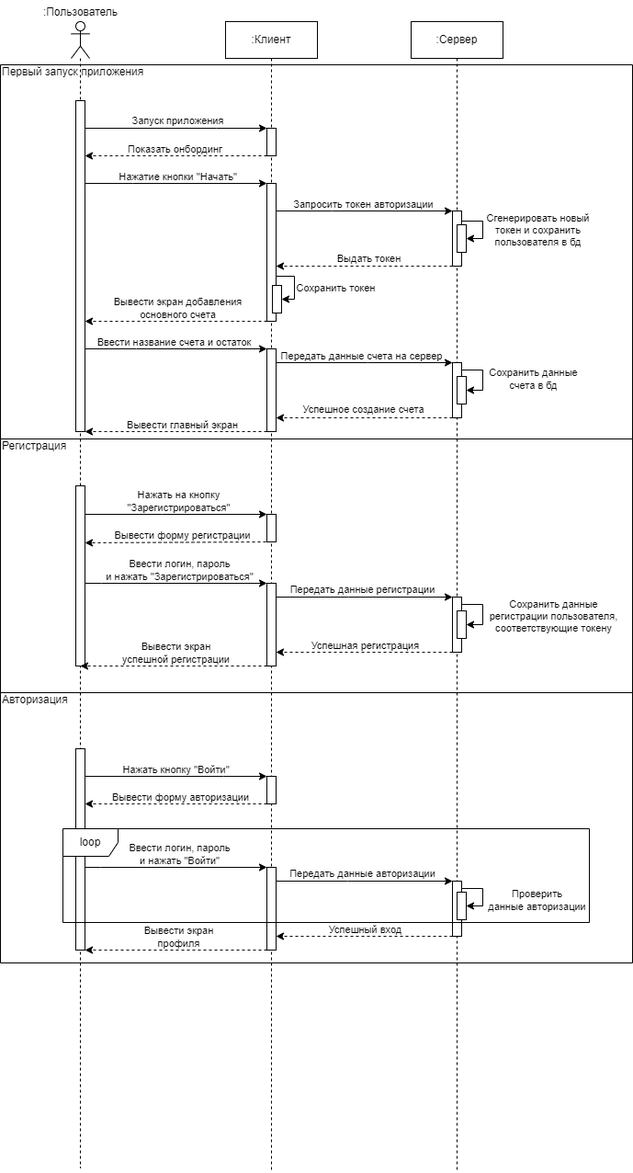
anastasia-1603/MyCash keeps this draw.io diagram as Диаграммы/диаграмма последовательности.png. Above is the earlier version. Source tidied: cells renumbered, new cells last; positions are measured from the earlier drawing's top-left corner, leaving out a move shared by most shapes.
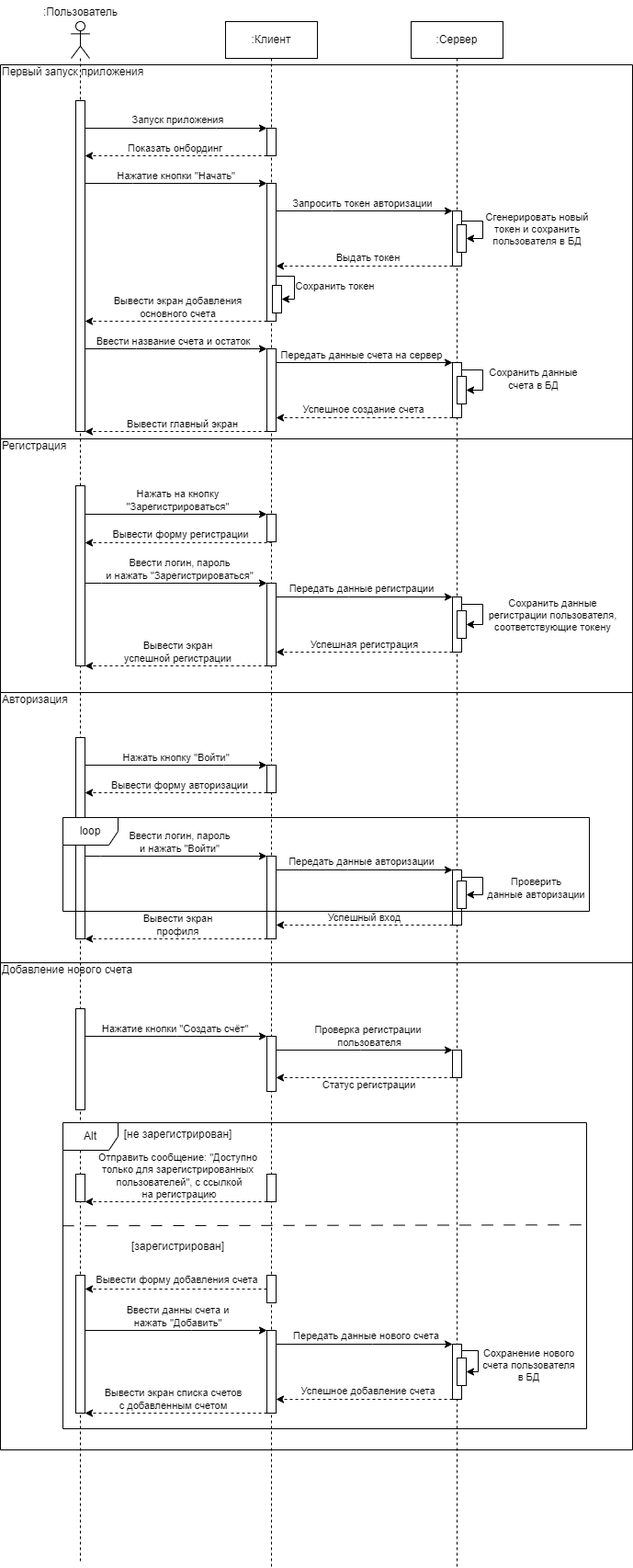
Later version of the same file.

Commit message:
обновлена диаграмма последовательности

What changed in the source:
```diff
@@ -5,3 +5,3 @@
     <mxCell id="2" style="shape=umlLifeline;perimeter=lifelinePerimeter;whiteSpace=wrap;html=1;newEdgeStyle={&quot;edgeStyle&quot;:&quot;elbowEdgeStyle&quot;,&quot;elbow&quot;:&quot;vertical&quot;,&quot;curved&quot;:0,&quot;rounded&quot;:0};participant=umlActor;" parent="1" vertex="1">
-      <mxGeometry x="77" y="23" width="20" height="1247" as="geometry" />
+      <mxGeometry x="77" y="23" width="20" height="1678" as="geometry" />
     </mxCell>
@@ -14,4 +14,10 @@
     <mxCell id="5" style="html=1;points=[];perimeter=orthogonalPerimeter;outlineConnect=0;targetShapes=umlLifeline;portConstraint=eastwest;newEdgeStyle={&quot;edgeStyle&quot;:&quot;elbowEdgeStyle&quot;,&quot;elbow&quot;:&quot;vertical&quot;,&quot;curved&quot;:0,&quot;rounded&quot;:0};" parent="2" vertex="1">
-      <mxGeometry x="5" y="791" width="10" height="219" as="geometry" />
+      <mxGeometry x="5" y="779" width="10" height="219" as="geometry" />
     </mxCell>
+    <mxCell id="81" style="html=1;points=[];perimeter=orthogonalPerimeter;outlineConnect=0;targetShapes=umlLifeline;portConstraint=eastwest;newEdgeStyle={&quot;edgeStyle&quot;:&quot;elbowEdgeStyle&quot;,&quot;elbow&quot;:&quot;vertical&quot;,&quot;curved&quot;:0,&quot;rounded&quot;:0};" parent="2" vertex="1">
+      <mxGeometry x="5" y="1074" width="10" height="110" as="geometry" />
+    </mxCell>
+    <mxCell id="82" style="html=1;points=[];perimeter=orthogonalPerimeter;outlineConnect=0;targetShapes=umlLifeline;portConstraint=eastwest;newEdgeStyle={&quot;edgeStyle&quot;:&quot;elbowEdgeStyle&quot;,&quot;elbow&quot;:&quot;vertical&quot;,&quot;curved&quot;:0,&quot;rounded&quot;:0};" parent="2" vertex="1">
+      <mxGeometry x="5" y="1254" width="10" height="30" as="geometry" />
+    </mxCell>
     <mxCell id="6" value=":Пользователь" style="text;html=1;align=center;verticalAlign=middle;strokeColor=none;fillColor=none;" parent="1" vertex="1">
@@ -20,3 +26,3 @@
     <mxCell id="7" value=":Клиент" style="shape=umlLifeline;perimeter=lifelinePerimeter;whiteSpace=wrap;html=1;newEdgeStyle={&quot;edgeStyle&quot;:&quot;elbowEdgeStyle&quot;,&quot;elbow&quot;:&quot;vertical&quot;,&quot;curved&quot;:0,&quot;rounded&quot;:0};" parent="1" vertex="1">
-      <mxGeometry x="245" y="23" width="100" height="1251" as="geometry" />
+      <mxGeometry x="245" y="23" width="100" height="1682" as="geometry" />
     </mxCell>
@@ -62,9 +68,21 @@
     <mxCell id="16" style="html=1;points=[];perimeter=orthogonalPerimeter;outlineConnect=0;targetShapes=umlLifeline;portConstraint=eastwest;newEdgeStyle={&quot;edgeStyle&quot;:&quot;elbowEdgeStyle&quot;,&quot;elbow&quot;:&quot;vertical&quot;,&quot;curved&quot;:0,&quot;rounded&quot;:0};" parent="7" vertex="1">
-      <mxGeometry x="45" y="821" width="10" height="30" as="geometry" />
+      <mxGeometry x="45" y="809" width="10" height="30" as="geometry" />
     </mxCell>
     <mxCell id="17" style="html=1;points=[];perimeter=orthogonalPerimeter;outlineConnect=0;targetShapes=umlLifeline;portConstraint=eastwest;newEdgeStyle={&quot;edgeStyle&quot;:&quot;elbowEdgeStyle&quot;,&quot;elbow&quot;:&quot;vertical&quot;,&quot;curved&quot;:0,&quot;rounded&quot;:0};" parent="7" vertex="1">
-      <mxGeometry x="45" y="920" width="10" height="90" as="geometry" />
+      <mxGeometry x="45" y="908" width="10" height="90" as="geometry" />
     </mxCell>
+    <mxCell id="83" style="html=1;points=[];perimeter=orthogonalPerimeter;outlineConnect=0;targetShapes=umlLifeline;portConstraint=eastwest;newEdgeStyle={&quot;edgeStyle&quot;:&quot;elbowEdgeStyle&quot;,&quot;elbow&quot;:&quot;vertical&quot;,&quot;curved&quot;:0,&quot;rounded&quot;:0};" parent="7" vertex="1">
+      <mxGeometry x="45" y="1104" width="10" height="60" as="geometry" />
+    </mxCell>
+    <mxCell id="84" style="html=1;points=[];perimeter=orthogonalPerimeter;outlineConnect=0;targetShapes=umlLifeline;portConstraint=eastwest;newEdgeStyle={&quot;edgeStyle&quot;:&quot;elbowEdgeStyle&quot;,&quot;elbow&quot;:&quot;vertical&quot;,&quot;curved&quot;:0,&quot;rounded&quot;:0};" parent="7" vertex="1">
+      <mxGeometry x="45" y="1254" width="10" height="30" as="geometry" />
+    </mxCell>
+    <mxCell id="85" style="html=1;points=[];perimeter=orthogonalPerimeter;outlineConnect=0;targetShapes=umlLifeline;portConstraint=eastwest;newEdgeStyle={&quot;edgeStyle&quot;:&quot;elbowEdgeStyle&quot;,&quot;elbow&quot;:&quot;vertical&quot;,&quot;curved&quot;:0,&quot;rounded&quot;:0};" parent="7" vertex="1">
+      <mxGeometry x="45" y="1364" width="10" height="30" as="geometry" />
+    </mxCell>
+    <mxCell id="86" style="html=1;points=[];perimeter=orthogonalPerimeter;outlineConnect=0;targetShapes=umlLifeline;portConstraint=eastwest;newEdgeStyle={&quot;edgeStyle&quot;:&quot;elbowEdgeStyle&quot;,&quot;elbow&quot;:&quot;vertical&quot;,&quot;curved&quot;:0,&quot;rounded&quot;:0};" parent="7" vertex="1">
+      <mxGeometry x="45" y="1424" width="10" height="90" as="geometry" />
+    </mxCell>
     <mxCell id="18" value=":Сервер" style="shape=umlLifeline;perimeter=lifelinePerimeter;whiteSpace=wrap;html=1;newEdgeStyle={&quot;edgeStyle&quot;:&quot;elbowEdgeStyle&quot;,&quot;elbow&quot;:&quot;vertical&quot;,&quot;curved&quot;:0,&quot;rounded&quot;:0};" parent="1" vertex="1">
-      <mxGeometry x="447" y="23" width="100" height="1252" as="geometry" />
+      <mxGeometry x="447" y="23" width="100" height="1681" as="geometry" />
     </mxCell>
@@ -83,3 +101,3 @@
     </mxCell>
-    <mxCell id="21" value="Сгенерировать новый &lt;br&gt;токен и сохранить &lt;br&gt;пользователя в бд" style="edgeLabel;html=1;align=center;verticalAlign=middle;" parent="20" vertex="1">
+    <mxCell id="21" value="Сгенерировать новый &lt;br&gt;токен и сохранить &lt;br&gt;пользователя в БД" style="edgeLabel;html=1;align=center;verticalAlign=middle;" parent="20" vertex="1">
       <mxGeometry x="-0.07" y="-1" relative="1" as="geometry">
@@ -94,3 +112,3 @@
     </mxCell>
-    <mxCell id="24" value="Сохранить данные &lt;br&gt;счета в бд" style="edgeStyle=elbowEdgeStyle;rounded=0;jettySize=auto;html=1;elbow=vertical;curved=0;" parent="18" edge="1" source="23" target="25">
+    <mxCell id="24" value="Сохранить данные &lt;br&gt;счета в БД" style="edgeStyle=elbowEdgeStyle;rounded=0;jettySize=auto;html=1;elbow=vertical;curved=0;" parent="18" edge="1" source="23" target="25">
       <mxGeometry x="0.05" y="55" relative="1" as="geometry">
@@ -129,6 +147,6 @@
     <mxCell id="30" style="html=1;points=[];perimeter=orthogonalPerimeter;outlineConnect=0;targetShapes=umlLifeline;portConstraint=eastwest;newEdgeStyle={&quot;edgeStyle&quot;:&quot;elbowEdgeStyle&quot;,&quot;elbow&quot;:&quot;vertical&quot;,&quot;curved&quot;:0,&quot;rounded&quot;:0};" parent="18" vertex="1">
-      <mxGeometry x="45" y="935" width="10" height="60" as="geometry" />
+      <mxGeometry x="45" y="923" width="10" height="60" as="geometry" />
     </mxCell>
     <mxCell id="31" style="html=1;points=[];perimeter=orthogonalPerimeter;outlineConnect=0;targetShapes=umlLifeline;portConstraint=eastwest;newEdgeStyle={&quot;edgeStyle&quot;:&quot;elbowEdgeStyle&quot;,&quot;elbow&quot;:&quot;vertical&quot;,&quot;curved&quot;:0,&quot;rounded&quot;:0};" parent="18" vertex="1">
-      <mxGeometry x="50" y="947" width="10" height="30" as="geometry" />
+      <mxGeometry x="50" y="935" width="10" height="30" as="geometry" />
     </mxCell>
@@ -137,5 +155,5 @@
         <Array as="points">
-          <mxPoint x="78" y="943" />
-          <mxPoint x="73" y="943" />
-          <mxPoint x="75" y="943" />
+          <mxPoint x="78" y="931" />
+          <mxPoint x="73" y="931" />
+          <mxPoint x="75" y="931" />
         </Array>
@@ -148,2 +166,5 @@
     </mxCell>
+    <mxCell id="87" style="html=1;points=[];perimeter=orthogonalPerimeter;outlineConnect=0;targetShapes=umlLifeline;portConstraint=eastwest;newEdgeStyle={&quot;edgeStyle&quot;:&quot;elbowEdgeStyle&quot;,&quot;elbow&quot;:&quot;vertical&quot;,&quot;curved&quot;:0,&quot;rounded&quot;:0};" parent="18" vertex="1">
+      <mxGeometry x="45" y="1119" width="10" height="30" as="geometry" />
+    </mxCell>
     <mxCell id="34" style="edgeStyle=elbowEdgeStyle;rounded=0;jettySize=auto;html=1;elbow=vertical;curved=0;" parent="1" edge="1" source="3" target="8">
@@ -353,4 +374,4 @@
         <Array as="points">
-          <mxPoint x="243" y="844" />
-          <mxPoint x="208" y="845" />
+          <mxPoint x="243" y="832" />
+          <mxPoint x="208" y="833" />
         </Array>
@@ -366,3 +387,3 @@
         <Array as="points">
-          <mxPoint x="212" y="874" />
+          <mxPoint x="212" y="862" />
         </Array>
@@ -378,3 +399,3 @@
         <Array as="points">
-          <mxPoint x="422" y="1018" />
+          <mxPoint x="422" y="1006" />
         </Array>
@@ -390,5 +411,5 @@
         <Array as="points">
-          <mxPoint x="378" y="958" />
-          <mxPoint x="356" y="957" />
-          <mxPoint x="409" y="958" />
+          <mxPoint x="378" y="946" />
+          <mxPoint x="356" y="945" />
+          <mxPoint x="409" y="946" />
         </Array>
@@ -403,6 +424,6 @@
       <mxGeometry relative="1" as="geometry">
-        <mxPoint x="92" y="943" as="sourcePoint" />
+        <mxPoint x="92" y="931" as="sourcePoint" />
         <Array as="points">
-          <mxPoint x="109" y="943" />
-          <mxPoint x="193" y="928" />
+          <mxPoint x="109" y="931" />
+          <mxPoint x="193" y="916" />
         </Array>
@@ -417,5 +438,5 @@
       <mxGeometry relative="1" as="geometry">
-        <mxPoint x="92" y="1033" as="targetPoint" />
+        <mxPoint x="92" y="1021" as="targetPoint" />
         <Array as="points">
-          <mxPoint x="170" y="1033" />
+          <mxPoint x="170" y="1021" />
         </Array>
@@ -429,3 +450,3 @@
     <mxCell id="79" value="loop" style="shape=umlFrame;whiteSpace=wrap;html=1;fillColor=default;" parent="1" vertex="1">
-      <mxGeometry x="68" y="901" width="573" height="102" as="geometry" />
+      <mxGeometry x="68" y="889" width="573" height="102" as="geometry" />
     </mxCell>
@@ -434,2 +455,149 @@
     </mxCell>
+    <mxCell id="88" style="edgeStyle=elbowEdgeStyle;rounded=0;jettySize=auto;html=1;elbow=vertical;curved=0;" parent="1" edge="1" source="81" target="83">
+      <mxGeometry relative="1" as="geometry">
+        <Array as="points">
+          <mxPoint x="192" y="1127" />
+        </Array>
+      </mxGeometry>
+    </mxCell>
+    <mxCell id="89" value="Нажатие кнопки &quot;Создать счёт&quot;" style="edgeLabel;html=1;align=center;verticalAlign=middle;" parent="88" vertex="1">
+      <mxGeometry x="-0.18" y="1" relative="1" as="geometry">
+        <mxPoint x="16" y="-7" as="offset" />
+      </mxGeometry>
+    </mxCell>
+    <mxCell id="90" style="edgeStyle=elbowEdgeStyle;rounded=0;jettySize=auto;html=1;elbow=vertical;curved=0;" parent="1" edge="1" source="83" target="87">
+      <mxGeometry relative="1" as="geometry">
+        <Array as="points">
+          <mxPoint x="392" y="1142" />
+        </Array>
+      </mxGeometry>
+    </mxCell>
+    <mxCell id="91" value="Проверка регистрации&lt;br&gt;&amp;nbsp;пользователя" style="edgeLabel;html=1;align=center;verticalAlign=middle;" parent="90" vertex="1">
+      <mxGeometry x="-0.3" y="1" relative="1" as="geometry">
+        <mxPoint x="32" y="-14" as="offset" />
+      </mxGeometry>
+    </mxCell>
+    <mxCell id="92" style="edgeStyle=elbowEdgeStyle;rounded=0;jettySize=auto;html=1;elbow=vertical;curved=0;dashed=1;" parent="1" edge="1" source="87" target="83">
+      <mxGeometry relative="1" as="geometry">
+        <Array as="points">
+          <mxPoint x="404" y="1172" />
+        </Array>
+      </mxGeometry>
+    </mxCell>
+    <mxCell id="93" value="Статус регистрации" style="edgeLabel;html=1;align=center;verticalAlign=middle;" parent="92" vertex="1">
+      <mxGeometry x="0.03" y="1" relative="1" as="geometry">
+        <mxPoint x="8" y="7" as="offset" />
+      </mxGeometry>
+    </mxCell>
+    <mxCell id="94" value="Alt" style="shape=umlFrame;whiteSpace=wrap;html=1;swimlaneFillColor=none;fillColor=default;" parent="1" vertex="1">
+      <mxGeometry x="68" y="1221" width="570" height="333" as="geometry" />
+    </mxCell>
+    <mxCell id="95" style="edgeStyle=elbowEdgeStyle;rounded=0;jettySize=auto;html=1;elbow=vertical;curved=0;dashed=1;" parent="1" edge="1" source="84" target="82">
+      <mxGeometry relative="1" as="geometry">
+        <Array as="points">
+          <mxPoint x="288" y="1307" />
+          <mxPoint x="200" y="1306" />
+          <mxPoint x="211" y="1292" />
+          <mxPoint x="181" y="1295" />
+          <mxPoint x="-67" y="1288" />
+          <mxPoint x="-56" y="1294" />
+          <mxPoint x="-63" y="1270" />
+        </Array>
+      </mxGeometry>
+    </mxCell>
+    <mxCell id="96" value="Отправить сообщение: &quot;Доступно &lt;br&gt;только для зарегистрированных&lt;br&gt;&amp;nbsp;пользователей&quot;, с ссылкой&lt;br&gt;&amp;nbsp;на регистрацию" style="edgeLabel;html=1;align=center;verticalAlign=middle;" parent="95" vertex="1">
+      <mxGeometry x="0.06" relative="1" as="geometry">
+        <mxPoint x="8" y="-28" as="offset" />
+      </mxGeometry>
+    </mxCell>
+    <mxCell id="97" value="[не зарегистрирован]" style="text;html=1;align=center;verticalAlign=middle;strokeColor=none;fillColor=none;" parent="1" vertex="1">
+      <mxGeometry x="125" y="1221" width="136" height="26" as="geometry" />
+    </mxCell>
+    <mxCell id="98" style="edgeStyle=elbowEdgeStyle;rounded=0;jettySize=auto;html=1;elbow=vertical;curved=0;" parent="1" edge="1" source="100" target="86">
+      <mxGeometry relative="1" as="geometry">
+        <Array as="points">
+          <mxPoint x="208" y="1447" />
+        </Array>
+      </mxGeometry>
+    </mxCell>
+    <mxCell id="99" value="Ввести данны счета и &lt;br&gt;нажать &quot;Добавить&quot;" style="edgeLabel;html=1;align=center;verticalAlign=middle;" parent="98" vertex="1">
+      <mxGeometry x="0.14" relative="1" as="geometry">
+        <mxPoint x="-12" y="-15" as="offset" />
+      </mxGeometry>
+    </mxCell>
+    <mxCell id="100" style="html=1;points=[];perimeter=orthogonalPerimeter;outlineConnect=0;targetShapes=umlLifeline;portConstraint=eastwest;newEdgeStyle={&quot;edgeStyle&quot;:&quot;elbowEdgeStyle&quot;,&quot;elbow&quot;:&quot;vertical&quot;,&quot;curved&quot;:0,&quot;rounded&quot;:0};" parent="1" vertex="1">
+      <mxGeometry x="82" y="1387" width="10" height="150" as="geometry" />
+    </mxCell>
+    <mxCell id="101" value="[зарегистрирован]" style="text;html=1;align=center;verticalAlign=middle;strokeColor=none;fillColor=none;" parent="1" vertex="1">
+      <mxGeometry x="133.5" y="1343" width="119" height="26" as="geometry" />
+    </mxCell>
+    <mxCell id="102" value="Вывести форму добавления счета" style="edgeStyle=elbowEdgeStyle;rounded=0;jettySize=auto;html=1;elbow=vertical;curved=0;dashed=1;" parent="1" edge="1" source="85" target="100">
+      <mxGeometry x="-0.01" y="-10" relative="1" as="geometry" />
+    </mxCell>
+    <mxCell id="103" style="edgeStyle=elbowEdgeStyle;rounded=0;jettySize=auto;html=1;elbow=vertical;curved=0;dashed=1;" parent="1" edge="1" source="105" target="86">
+      <mxGeometry relative="1" as="geometry">
+        <Array as="points">
+          <mxPoint x="403" y="1522" />
+          <mxPoint x="413" y="1531" />
+          <mxPoint x="483" y="1516" />
+          <mxPoint x="398" y="1517" />
+        </Array>
+      </mxGeometry>
+    </mxCell>
+    <mxCell id="104" value="Успешное добавление счета" style="edgeLabel;html=1;align=center;verticalAlign=middle;" parent="103" vertex="1">
+      <mxGeometry y="-1" relative="1" as="geometry">
+        <mxPoint x="4" y="-8" as="offset" />
+      </mxGeometry>
+    </mxCell>
+    <mxCell id="105" style="html=1;points=[];perimeter=orthogonalPerimeter;outlineConnect=0;targetShapes=umlLifeline;portConstraint=eastwest;newEdgeStyle={&quot;edgeStyle&quot;:&quot;elbowEdgeStyle&quot;,&quot;elbow&quot;:&quot;vertical&quot;,&quot;curved&quot;:0,&quot;rounded&quot;:0};" parent="1" vertex="1">
+      <mxGeometry x="492" y="1462" width="10" height="60" as="geometry" />
+    </mxCell>
+    <mxCell id="106" style="edgeStyle=elbowEdgeStyle;rounded=0;jettySize=auto;html=1;elbow=vertical;curved=0;" parent="1" edge="1" source="86" target="105">
+      <mxGeometry relative="1" as="geometry">
+        <Array as="points">
+          <mxPoint x="405" y="1462" />
+          <mxPoint x="413" y="1472" />
+        </Array>
+      </mxGeometry>
+    </mxCell>
+    <mxCell id="107" value="Передать данные нового счета" style="edgeLabel;html=1;align=center;verticalAlign=middle;" parent="106" vertex="1">
+      <mxGeometry x="-0.11" y="1" relative="1" as="geometry">
+        <mxPoint x="12" y="-8" as="offset" />
+      </mxGeometry>
+    </mxCell>
+    <mxCell id="108" style="html=1;points=[];perimeter=orthogonalPerimeter;outlineConnect=0;targetShapes=umlLifeline;portConstraint=eastwest;newEdgeStyle={&quot;edgeStyle&quot;:&quot;elbowEdgeStyle&quot;,&quot;elbow&quot;:&quot;vertical&quot;,&quot;curved&quot;:0,&quot;rounded&quot;:0};" parent="1" vertex="1">
+      <mxGeometry x="497" y="1477" width="10" height="30" as="geometry" />
+    </mxCell>
+    <mxCell id="109" style="edgeStyle=elbowEdgeStyle;rounded=0;jettySize=auto;html=1;elbow=vertical;curved=0;dashed=1;" parent="1" edge="1" source="86" target="100">
+      <mxGeometry relative="1" as="geometry">
+        <Array as="points">
+          <mxPoint x="197" y="1537" />
+        </Array>
+      </mxGeometry>
+    </mxCell>
+    <mxCell id="110" value="Вывести экран списка счетов &lt;br&gt;с добавленным счетом" style="edgeLabel;html=1;align=center;verticalAlign=middle;" parent="109" vertex="1">
+      <mxGeometry x="0.1" y="1" relative="1" as="geometry">
+        <mxPoint x="7" y="-16" as="offset" />
+      </mxGeometry>
+    </mxCell>
+    <mxCell id="111" style="edgeStyle=elbowEdgeStyle;rounded=0;jettySize=auto;html=1;elbow=vertical;curved=0;" parent="1" edge="1" source="105" target="108">
+      <mxGeometry relative="1" as="geometry">
+        <Array as="points">
+          <mxPoint x="520" y="1469" />
+          <mxPoint x="520" y="1469" />
+          <mxPoint x="512" y="1469" />
+        </Array>
+      </mxGeometry>
+    </mxCell>
+    <mxCell id="112" value="Сохранение нового &lt;br&gt;счета пользователя &lt;br&gt;в БД" style="edgeLabel;html=1;align=center;verticalAlign=middle;" parent="111" vertex="1">
+      <mxGeometry x="0.21" y="1" relative="1" as="geometry">
+        <mxPoint x="54" y="1" as="offset" />
+      </mxGeometry>
+    </mxCell>
+    <mxCell id="113" style="endArrow=none;dashed=1;html=1;rounded=0;entryX=1;entryY=0.334;entryDx=0;entryDy=0;entryPerimeter=0;exitX=0;exitY=0.337;exitDx=0;exitDy=0;exitPerimeter=0;dashPattern=12 12;" parent="1" edge="1" source="94" target="94">
+      <mxGeometry relative="1" as="geometry" />
+    </mxCell>
+    <mxCell id="114" value="&#10;Добавление нового счета" style="swimlane;startSize=0;align=left;fontStyle=0;" parent="1" vertex="1">
+      <mxGeometry y="1047" width="688" height="530" as="geometry" />
+    </mxCell>
   </root>
```
